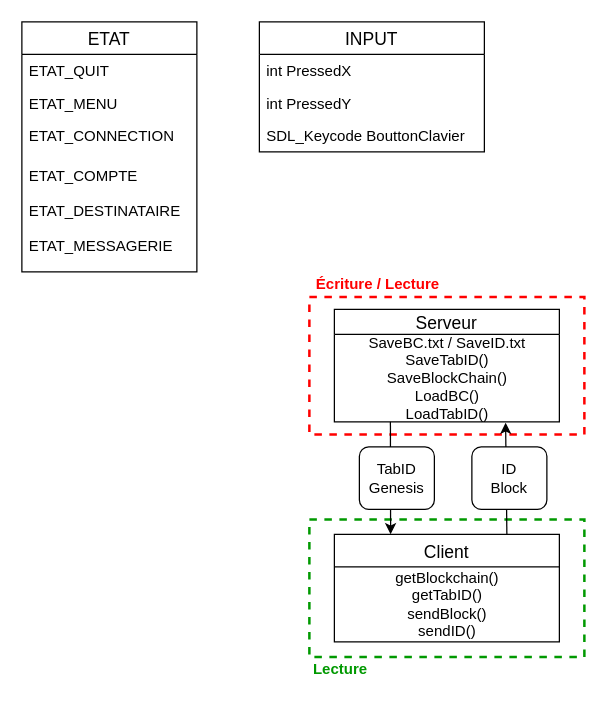
Earlier version of the draw.io diagram page "Variable et Structures" (6 of 6) of AffichageBottle.drawio (lucasmaisonnave/BottleV2). Source tidied: cells renumbered, new cells numbered last; positions are measured from the earlier drawing's top-left corner, leaving out a move shared by most shapes. Both pictures are drawn from the tidied source at 125%, with x=0, y=0 at pixel (21, 21).
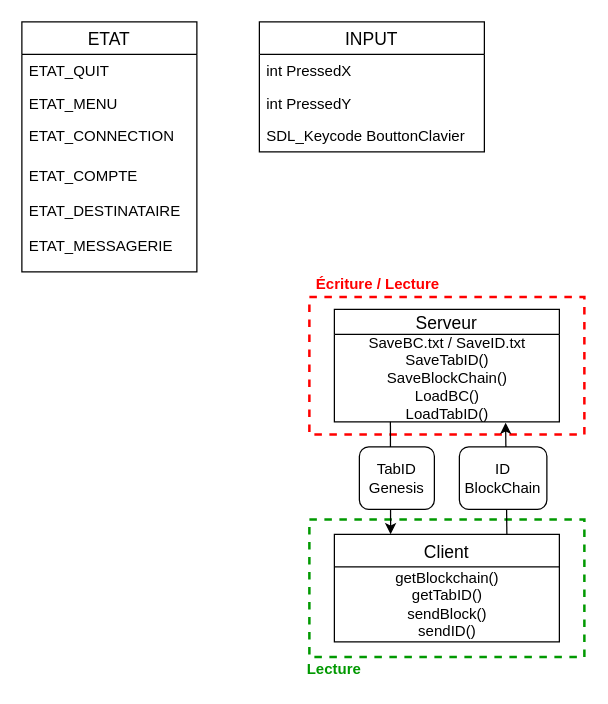
The same page after the edit.

What changed in the source:
```diff
@@
-    <mxCell id="19" value="ID&lt;br&gt;Block" style="rounded=1;whiteSpace=wrap;html=1;fillColor=#ffffff;" parent="1" vertex="1">
-      <mxGeometry x="360" y="340" width="60" height="50" as="geometry" />
+    <mxCell id="19" value="ID&lt;br&gt;BlockChain" style="rounded=1;whiteSpace=wrap;html=1;fillColor=#ffffff;" parent="1" vertex="1">
+      <mxGeometry x="350" y="340" width="70" height="50" as="geometry" />
     </mxCell>
@@
     <mxCell id="23" value="&lt;font color=&quot;#009900&quot;&gt;Lecture&lt;/font&gt;" style="text;html=1;strokeColor=none;fillColor=none;align=center;verticalAlign=middle;whiteSpace=wrap;rounded=0;dashed=1;fontColor=#FF0000;fontStyle=1;" parent="1" vertex="1">
-      <mxGeometry x="230" y="508" width="50" height="20" as="geometry" />
+      <mxGeometry x="230" y="508" width="40" height="20" as="geometry" />
     </mxCell>
```
